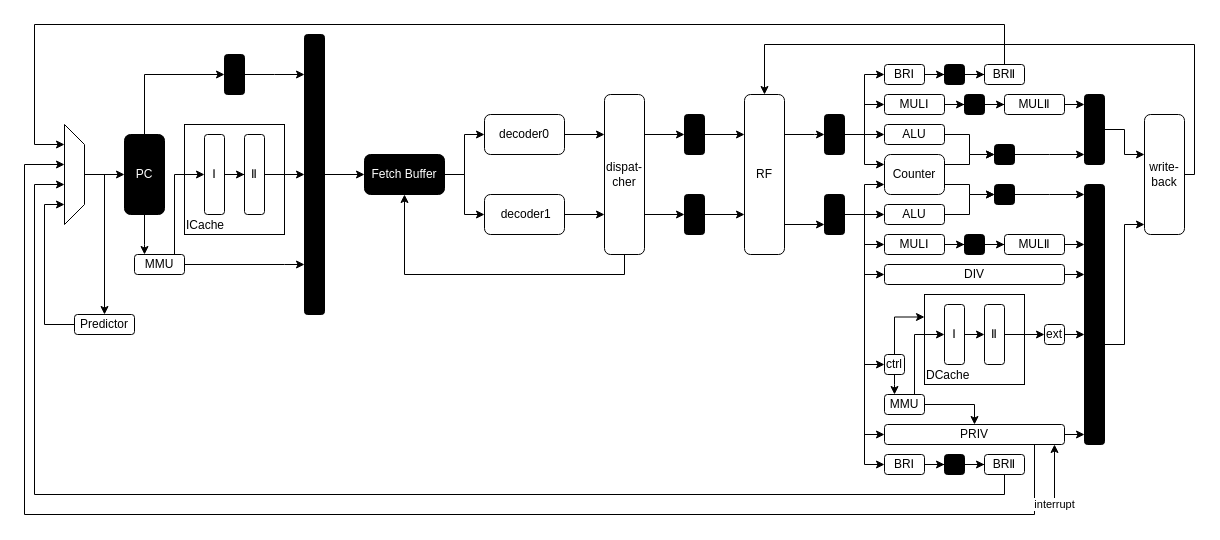
The draw.io diagram 未命名绘图4.drawio in caochenrui/Draw.io, before the edit. Source tidied: cells renumbered, new cells numbered last; positions are measured from the earlier drawing's top-left corner, leaving out a move shared by most shapes. Both pictures are drawn from the tidied source at 100%, with x=0, y=0 at pixel (24, 24).
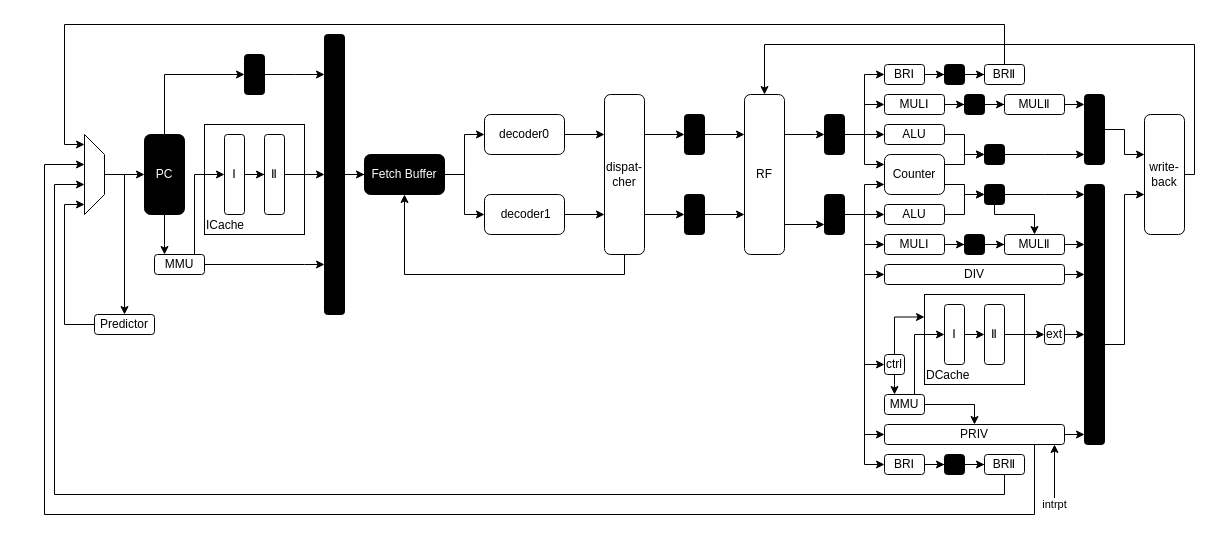
After the change.

Commit message (it also covers changes not shown here):
更新未命名绘图4.drawio

Unchanged cells that the change refers to:
```xml
<mxCell id="53" value="BRⅡ" style="rounded=1;whiteSpace=wrap;html=1;" parent="1" vertex="1">
  <mxGeometry x="960" y="40" width="40" height="20" as="geometry" />
</mxCell>
<mxCell id="61" value="BRⅡ" style="rounded=1;whiteSpace=wrap;html=1;" parent="1" vertex="1">
  <mxGeometry x="960" y="430" width="40" height="20" as="geometry" />
</mxCell>
<mxCell id="68" value="PRIV" style="rounded=1;whiteSpace=wrap;html=1;" parent="1" vertex="1">
  <mxGeometry x="860" y="400" width="180" height="20" as="geometry" />
</mxCell>
<mxCell id="74" style="whiteSpace=wrap;html=1;fillColor=#000000;fontColor=default;rounded=1;" parent="1" vertex="1">
  <mxGeometry x="1060" y="160" width="20" height="260" as="geometry" />
</mxCell>
<mxCell id="97" value="write-&lt;br&gt;back" style="rounded=1;whiteSpace=wrap;html=1;" parent="1" vertex="1">
  <mxGeometry x="1120" y="90" width="40" height="120" as="geometry" />
</mxCell>
<mxCell id="107" value="MULⅡ" style="rounded=1;whiteSpace=wrap;html=1;" parent="1" vertex="1">
  <mxGeometry x="980" y="210" width="60" height="20" as="geometry" />
</mxCell>
```

Change to the diagram source:
```diff
@@
     <mxCell id="2" style="edgeStyle=orthogonalEdgeStyle;rounded=0;jettySize=auto;html=1;exitX=0.5;exitY=1;exitDx=0;exitDy=0;" parent="1" edge="1" source="4" target="91">
       <mxGeometry relative="1" as="geometry">
         <Array as="points">
-          <mxPoint x="120" y="220" />
-          <mxPoint x="120" y="220" />
+          <mxPoint x="140" y="220" />
+          <mxPoint x="140" y="220" />
         </Array>
       </mxGeometry>
     </mxCell>
-    <mxCell id="3" style="edgeStyle=orthogonalEdgeStyle;rounded=0;jettySize=auto;html=1;exitX=0.5;exitY=0;exitDx=0;exitDy=0;entryX=0;entryY=0.5;entryDx=0;entryDy=0;" parent="1" edge="1" source="4" target="86">
-      <mxGeometry relative="1" as="geometry" />
+    <mxCell id="3" style="edgeStyle=orthogonalEdgeStyle;rounded=0;jettySize=auto;html=1;" parent="1" edge="1" source="4" target="86">
+      <mxGeometry relative="1" as="geometry">
+        <Array as="points">
+          <mxPoint x="140" y="50" />
+        </Array>
+      </mxGeometry>
     </mxCell>
     <mxCell id="4" value="PC" style="rounded=1;whiteSpace=wrap;html=1;fillColor=#000000;fontColor=#FFFFFF;direction=east;glass=0;shadow=0;" parent="1" vertex="1">
-      <mxGeometry x="100" y="110" width="40" height="80" as="geometry" />
+      <mxGeometry x="120" y="110" width="40" height="80" as="geometry" />
     </mxCell>
     <mxCell id="5" value="ICache" style="rounded=0;whiteSpace=wrap;html=1;fillColor=none;fontColor=default;labelBackgroundColor=none;labelPosition=center;verticalLabelPosition=middle;align=left;verticalAlign=bottom;" parent="1" vertex="1">
-      <mxGeometry x="160" y="100" width="100" height="110" as="geometry" />
+      <mxGeometry x="180" y="100" width="100" height="110" as="geometry" />
     </mxCell>
@@
     <mxCell id="7" value="Ⅰ" style="whiteSpace=wrap;html=1;fillColor=default;fontColor=default;rounded=1;" parent="1" vertex="1">
-      <mxGeometry x="180" y="110" width="20" height="80" as="geometry" />
+      <mxGeometry x="200" y="110" width="20" height="80" as="geometry" />
     </mxCell>
@@
     <mxCell id="9" value="Ⅱ" style="whiteSpace=wrap;html=1;fillColor=default;fontColor=default;rounded=1;" parent="1" vertex="1">
-      <mxGeometry x="220" y="110" width="20" height="80" as="geometry" />
+      <mxGeometry x="240" y="110" width="20" height="80" as="geometry" />
     </mxCell>
@@
     <mxCell id="11" style="whiteSpace=wrap;html=1;fillColor=#000000;fontColor=default;rounded=1;" parent="1" vertex="1">
-      <mxGeometry x="280" y="10" width="20" height="280" as="geometry" />
+      <mxGeometry x="300" y="10" width="20" height="280" as="geometry" />
     </mxCell>
@@
     <mxCell id="48" style="whiteSpace=wrap;html=1;fillColor=#000000;fontColor=default;rounded=1;" parent="1" vertex="1">
-      <mxGeometry x="970" y="120" width="20" height="20" as="geometry" />
+      <mxGeometry x="960" y="120" width="20" height="20" as="geometry" />
     </mxCell>
@@
     <mxCell id="52" style="edgeStyle=orthogonalEdgeStyle;rounded=0;jettySize=auto;html=1;exitX=0.5;exitY=0;exitDx=0;exitDy=0;" parent="1" edge="1" source="53">
       <mxGeometry relative="1" as="geometry">
-        <mxPoint x="40" y="120" as="targetPoint" />
+        <mxPoint x="60" y="120" as="targetPoint" />
         <Array as="points">
           <mxPoint x="980" />
-          <mxPoint x="10" />
-          <mxPoint x="10" y="120" />
+          <mxPoint x="40" />
+          <mxPoint x="40" y="120" />
         </Array>
       </mxGeometry>
     </mxCell>
@@
     <mxCell id="60" style="edgeStyle=orthogonalEdgeStyle;rounded=0;jettySize=auto;html=1;exitX=0.5;exitY=1;exitDx=0;exitDy=0;" parent="1" edge="1" source="61">
       <mxGeometry relative="1" as="geometry">
-        <mxPoint x="40" y="160" as="targetPoint" />
+        <mxPoint x="60" y="160" as="targetPoint" />
         <Array as="points">
           <mxPoint x="980" y="470" />
-          <mxPoint x="10" y="470" />
-          <mxPoint x="10" y="160" />
+          <mxPoint x="30" y="470" />
+          <mxPoint x="30" y="160" />
         </Array>
       </mxGeometry>
     </mxCell>
@@
     <mxCell id="67" style="edgeStyle=orthogonalEdgeStyle;rounded=0;jettySize=auto;html=1;" parent="1" edge="1" source="68">
       <mxGeometry relative="1" as="geometry">
-        <mxPoint x="40" y="140" as="targetPoint" />
+        <mxPoint x="60" y="140" as="targetPoint" />
         <Array as="points">
           <mxPoint x="1010" y="490" />
-          <mxPoint y="490" />
-          <mxPoint y="140" />
+          <mxPoint x="20" y="490" />
+          <mxPoint x="20" y="140" />
         </Array>
       </mxGeometry>
     </mxCell>
@@
+    <mxCell id="113" style="edgeStyle=orthogonalEdgeStyle;rounded=0;jettySize=auto;html=1;" parent="1" edge="1" source="72" target="107">
+      <mxGeometry relative="1" as="geometry">
+        <Array as="points">
+          <mxPoint x="970" y="190" />
+          <mxPoint x="1010" y="190" />
+        </Array>
+      </mxGeometry>
+    </mxCell>
     <mxCell id="72" style="whiteSpace=wrap;html=1;fillColor=#000000;fontColor=default;rounded=1;" parent="1" vertex="1">
-      <mxGeometry x="970" y="160" width="20" height="20" as="geometry" />
+      <mxGeometry x="960" y="160" width="20" height="20" as="geometry" />
     </mxCell>
     <mxCell id="73" style="edgeStyle=orthogonalEdgeStyle;rounded=0;jettySize=auto;html=1;exitX=1;exitY=0.5;exitDx=0;exitDy=0;" parent="1" edge="1" source="74" target="97">
       <mxGeometry relative="1" as="geometry">
         <Array as="points">
+          <mxPoint x="1080" y="320" />
           <mxPoint x="1100" y="320" />
-          <mxPoint x="1100" y="200" />
+          <mxPoint x="1100" y="170" />
         </Array>
       </mxGeometry>
     </mxCell>
@@
     <mxCell id="85" style="edgeStyle=orthogonalEdgeStyle;rounded=0;jettySize=auto;html=1;exitX=1;exitY=0.5;exitDx=0;exitDy=0;" parent="1" edge="1" source="86">
       <mxGeometry relative="1" as="geometry">
-        <mxPoint x="280" y="50" as="targetPoint" />
+        <mxPoint x="300" y="50" as="targetPoint" />
       </mxGeometry>
     </mxCell>
     <mxCell id="86" style="rounded=1;whiteSpace=wrap;html=1;fillColor=#000000;" parent="1" vertex="1">
-      <mxGeometry x="200" y="30" width="20" height="40" as="geometry" />
+      <mxGeometry x="220" y="30" width="20" height="40" as="geometry" />
     </mxCell>
@@
     <mxCell id="89" style="edgeStyle=orthogonalEdgeStyle;rounded=0;jettySize=auto;html=1;entryX=0;entryY=0.5;entryDx=0;entryDy=0;" parent="1" edge="1" source="91" target="7">
       <mxGeometry relative="1" as="geometry">
         <Array as="points">
-          <mxPoint x="150" y="150" />
+          <mxPoint x="170" y="150" />
         </Array>
       </mxGeometry>
     </mxCell>
     <mxCell id="90" style="edgeStyle=orthogonalEdgeStyle;rounded=0;jettySize=auto;html=1;exitX=1;exitY=0.5;exitDx=0;exitDy=0;" parent="1" edge="1" source="91" target="11">
       <mxGeometry relative="1" as="geometry">
         <Array as="points">
-          <mxPoint x="260" y="240" />
-          <mxPoint x="260" y="240" />
+          <mxPoint x="280" y="240" />
+          <mxPoint x="280" y="240" />
         </Array>
       </mxGeometry>
     </mxCell>
     <mxCell id="91" value="MMU" style="rounded=1;whiteSpace=wrap;html=1;" parent="1" vertex="1">
-      <mxGeometry x="110" y="230" width="50" height="20" as="geometry" />
+      <mxGeometry x="130" y="230" width="50" height="20" as="geometry" />
     </mxCell>
@@
-    <mxCell id="98" value="interrupt" style="endArrow=classic;html=1;rounded=0;" parent="1" edge="1">
+    <mxCell id="98" value="intrpt" style="endArrow=classic;html=1;rounded=0;" parent="1" edge="1">
       <mxGeometry x="-1" relative="1" as="geometry">
         <mxPoint x="1030" y="480" as="sourcePoint" />
         <mxPoint x="1030" y="420" as="targetPoint" />
       </mxGeometry>
     </mxCell>
     <mxCell id="99" style="edgeStyle=orthogonalEdgeStyle;rounded=0;jettySize=auto;html=1;" parent="1" edge="1" source="100">
       <mxGeometry relative="1" as="geometry">
-        <mxPoint x="40" y="180" as="targetPoint" />
+        <mxPoint x="60" y="180" as="targetPoint" />
         <Array as="points">
-          <mxPoint x="20" y="300" />
-          <mxPoint x="20" y="180" />
+          <mxPoint x="40" y="300" />
+          <mxPoint x="40" y="180" />
         </Array>
       </mxGeometry>
     </mxCell>
     <mxCell id="100" value="Predictor" style="rounded=1;whiteSpace=wrap;html=1;" parent="1" vertex="1">
-      <mxGeometry x="50" y="290" width="60" height="20" as="geometry" />
+      <mxGeometry x="70" y="290" width="60" height="20" as="geometry" />
     </mxCell>
@@
     <mxCell id="103" style="shape=trapezoid;perimeter=trapezoidPerimeter;whiteSpace=wrap;html=1;fixedSize=1;rotation=90;rounded=0;" parent="1" vertex="1">
-      <mxGeometry y="140" width="100" height="20" as="geometry" />
+      <mxGeometry x="30" y="140" width="80" height="20" as="geometry" />
     </mxCell>
```
